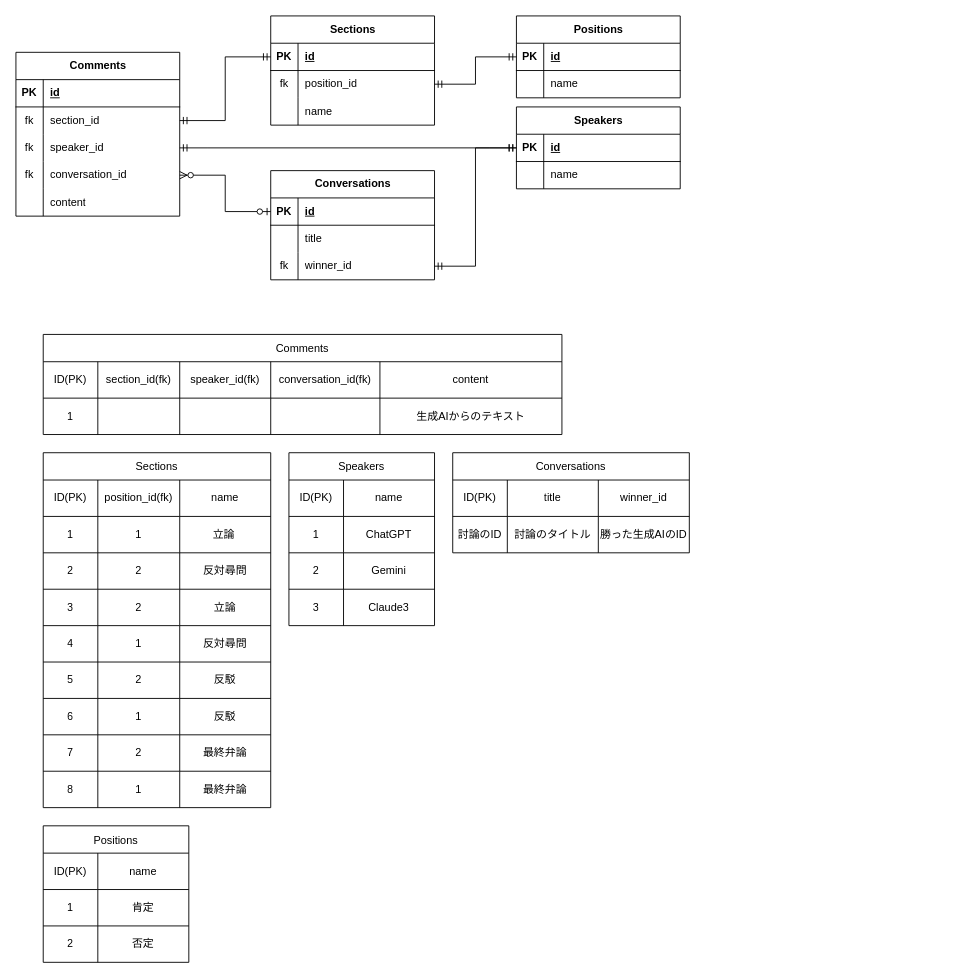
This is docs/ERdiagram.drawio from Sakauchi444/argut_ai, a draw.io file, before an edit. Source tidied: cells renumbered, new cells numbered last; positions are measured from the earlier drawing's top-left corner, leaving out a move shared by most shapes. Both pictures are drawn from the tidied source at 91%, with x=0, y=0 at pixel (15, 15).
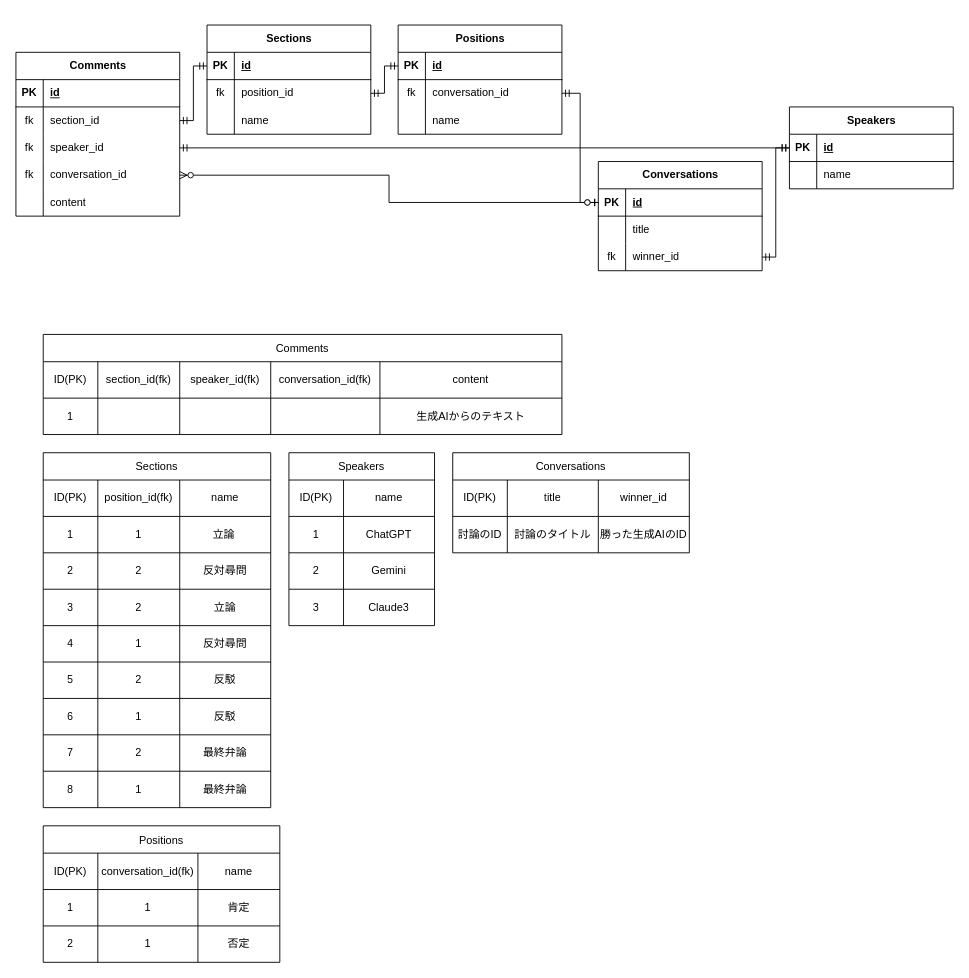
The same diagram, later.

Commit message:
finish positionをconversationごとに設定できるように変更

The change refers to these unchanged cells:
```xml
<mxCell id="3" style="shape=tableRow;horizontal=0;startSize=0;swimlaneHead=0;swimlaneBody=0;fillColor=none;points=[[0,0.5],[1,0.5]];portConstraint=eastwest;top=0;left=0;right=0;bottom=1;" parent="2" vertex="1">
  <mxGeometry y="30" width="180" height="30" as="geometry" />
</mxCell>
<mxCell id="39" style="shape=tableRow;horizontal=0;startSize=0;swimlaneHead=0;swimlaneBody=0;fillColor=none;points=[[0,0.5],[1,0.5]];portConstraint=eastwest;top=0;left=0;right=0;bottom=0;" parent="35" vertex="1">
  <mxGeometry y="60" width="180" height="30" as="geometry" />
</mxCell>
```

Diff of the diagram source:
```diff
@@
     <mxCell id="2" value="Conversations" style="shape=table;startSize=30;childLayout=tableLayout;rowLines=0;fontStyle=1;align=center;html=1;" parent="1" vertex="1">
-      <mxGeometry x="280" y="170" width="180" height="120" as="geometry" />
+      <mxGeometry x="640" y="160" width="180" height="120" as="geometry" />
     </mxCell>
@@
     <mxCell id="12" value="Speakers" style="shape=table;startSize=30;childLayout=tableLayout;rowLines=0;fontStyle=1;align=center;html=1;" parent="1" vertex="1">
-      <mxGeometry x="550" y="100" width="180" height="90" as="geometry" />
+      <mxGeometry x="850" y="100" width="180" height="90" as="geometry" />
     </mxCell>
@@
     <mxCell id="35" value="Positions" style="shape=table;startSize=30;childLayout=tableLayout;rowLines=0;fontStyle=1;align=center;html=1;" parent="1" vertex="1">
-      <mxGeometry x="550" width="180" height="90" as="geometry" />
+      <mxGeometry x="420" y="10" width="180" height="120" as="geometry" />
     </mxCell>
@@
-    <mxCell id="40" style="shape=partialRectangle;fillColor=none;top=0;left=0;bottom=0;right=0;overflow=hidden;whiteSpace=wrap;html=1;" parent="39" vertex="1">
+    <mxCell id="40" value="fk" style="shape=partialRectangle;fillColor=none;top=0;left=0;bottom=0;right=0;overflow=hidden;whiteSpace=wrap;html=1;" parent="39" vertex="1">
       <mxGeometry width="30" height="30" as="geometry" />
     </mxCell>
-    <mxCell id="41" value="name" style="shape=partialRectangle;fillColor=none;top=0;left=0;bottom=0;right=0;align=left;spacingLeft=6;overflow=hidden;whiteSpace=wrap;html=1;" parent="39" vertex="1">
+    <mxCell id="41" value="conversation_id" style="shape=partialRectangle;fillColor=none;top=0;left=0;bottom=0;right=0;align=left;spacingLeft=6;overflow=hidden;whiteSpace=wrap;html=1;" parent="39" vertex="1">
       <mxGeometry x="30" width="150" height="30" as="geometry" />
     </mxCell>
+    <mxCell id="139" style="shape=tableRow;horizontal=0;startSize=0;swimlaneHead=0;swimlaneBody=0;fillColor=none;top=0;left=0;right=0;bottom=0;" parent="35" vertex="1">
+      <mxGeometry y="90" width="180" height="30" as="geometry" />
+    </mxCell>
+    <mxCell id="140" style="shape=partialRectangle;fillColor=none;top=0;left=0;bottom=0;right=0;overflow=hidden;whiteSpace=wrap;html=1;" parent="139" vertex="1">
+      <mxGeometry width="30" height="30" as="geometry" />
+    </mxCell>
+    <mxCell id="141" value="name" style="shape=partialRectangle;fillColor=none;top=0;left=0;bottom=0;right=0;align=left;spacingLeft=6;overflow=hidden;whiteSpace=wrap;html=1;" parent="139" vertex="1">
+      <mxGeometry x="30" width="150" height="30" as="geometry" />
+    </mxCell>
     <mxCell id="42" value="Sections" style="shape=table;startSize=30;childLayout=tableLayout;rowLines=0;fontStyle=1;align=center;html=1;" parent="1" vertex="1">
-      <mxGeometry x="280" width="180" height="120" as="geometry" />
+      <mxGeometry x="210" y="10" width="180" height="120" as="geometry" />
     </mxCell>
@@
     <mxCell id="107" value="Positions" style="shape=table;startSize=30;childLayout=tableLayout;" parent="1" vertex="1">
-      <mxGeometry x="30" y="890" width="160" height="150" as="geometry" />
+      <mxGeometry x="30" y="890" width="260" height="150" as="geometry" />
     </mxCell>
     <mxCell id="108" style="shape=tableRow;horizontal=0;startSize=0;swimlaneHead=0;swimlaneBody=0;strokeColor=inherit;top=0;left=0;bottom=0;right=0;fillColor=none;" parent="107" vertex="1">
-      <mxGeometry y="30" width="160" height="40" as="geometry" />
+      <mxGeometry y="30" width="260" height="40" as="geometry" />
     </mxCell>
@@
-    <mxCell id="110" value="name" style="shape=partialRectangle;html=1;whiteSpace=wrap;strokeColor=inherit;overflow=hidden;fillColor=none;top=0;left=0;bottom=0;right=0;" parent="108" vertex="1">
-      <mxGeometry x="60" width="100" height="40" as="geometry" />
+    <mxCell id="110" value="conversation_id(fk)" style="shape=partialRectangle;html=1;whiteSpace=wrap;strokeColor=inherit;overflow=hidden;fillColor=none;top=0;left=0;bottom=0;right=0;" parent="108" vertex="1">
+      <mxGeometry x="60" width="110" height="40" as="geometry" />
     </mxCell>
+    <mxCell id="142" value="name" style="shape=partialRectangle;html=1;whiteSpace=wrap;strokeColor=inherit;overflow=hidden;fillColor=none;top=0;left=0;bottom=0;right=0;" parent="108" vertex="1">
+      <mxGeometry x="170" width="90" height="40" as="geometry" />
+    </mxCell>
     <mxCell id="111" style="shape=tableRow;horizontal=0;startSize=0;swimlaneHead=0;swimlaneBody=0;strokeColor=inherit;top=0;left=0;bottom=0;right=0;fillColor=none;" parent="107" vertex="1">
-      <mxGeometry y="70" width="160" height="40" as="geometry" />
+      <mxGeometry y="70" width="260" height="40" as="geometry" />
     </mxCell>
@@
-    <mxCell id="113" value="肯定" style="shape=partialRectangle;html=1;whiteSpace=wrap;strokeColor=inherit;overflow=hidden;fillColor=none;top=0;left=0;bottom=0;right=0;" parent="111" vertex="1">
-      <mxGeometry x="60" width="100" height="40" as="geometry" />
+    <mxCell id="113" value="1" style="shape=partialRectangle;html=1;whiteSpace=wrap;strokeColor=inherit;overflow=hidden;fillColor=none;top=0;left=0;bottom=0;right=0;" parent="111" vertex="1">
+      <mxGeometry x="60" width="110" height="40" as="geometry" />
     </mxCell>
+    <mxCell id="143" value="肯定" style="shape=partialRectangle;html=1;whiteSpace=wrap;strokeColor=inherit;overflow=hidden;fillColor=none;top=0;left=0;bottom=0;right=0;" parent="111" vertex="1">
+      <mxGeometry x="170" width="90" height="40" as="geometry" />
+    </mxCell>
     <mxCell id="114" style="shape=tableRow;horizontal=0;startSize=0;swimlaneHead=0;swimlaneBody=0;strokeColor=inherit;top=0;left=0;bottom=0;right=0;fillColor=none;" parent="107" vertex="1">
-      <mxGeometry y="110" width="160" height="40" as="geometry" />
+      <mxGeometry y="110" width="260" height="40" as="geometry" />
     </mxCell>
@@
-    <mxCell id="116" value="否定" style="shape=partialRectangle;html=1;whiteSpace=wrap;strokeColor=inherit;overflow=hidden;fillColor=none;top=0;left=0;bottom=0;right=0;" parent="114" vertex="1">
-      <mxGeometry x="60" width="100" height="40" as="geometry" />
+    <mxCell id="116" value="1" style="shape=partialRectangle;html=1;whiteSpace=wrap;strokeColor=inherit;overflow=hidden;fillColor=none;top=0;left=0;bottom=0;right=0;" parent="114" vertex="1">
+      <mxGeometry x="60" width="110" height="40" as="geometry" />
     </mxCell>
+    <mxCell id="144" value="否定" style="shape=partialRectangle;html=1;whiteSpace=wrap;strokeColor=inherit;overflow=hidden;fillColor=none;top=0;left=0;bottom=0;right=0;" parent="114" vertex="1">
+      <mxGeometry x="170" width="90" height="40" as="geometry" />
+    </mxCell>
@@
+    <mxCell id="145" style="fontSize=12;html=1;endArrow=ERzeroToOne;startArrow=ERmandOne;rounded=0;exitX=1;exitY=0.5;exitDx=0;exitDy=0;edgeStyle=elbowEdgeStyle;entryX=0;entryY=0.5;entryDx=0;entryDy=0;" parent="1" edge="1" source="39" target="3">
+      <mxGeometry relative="1" as="geometry" />
+    </mxCell>
```
